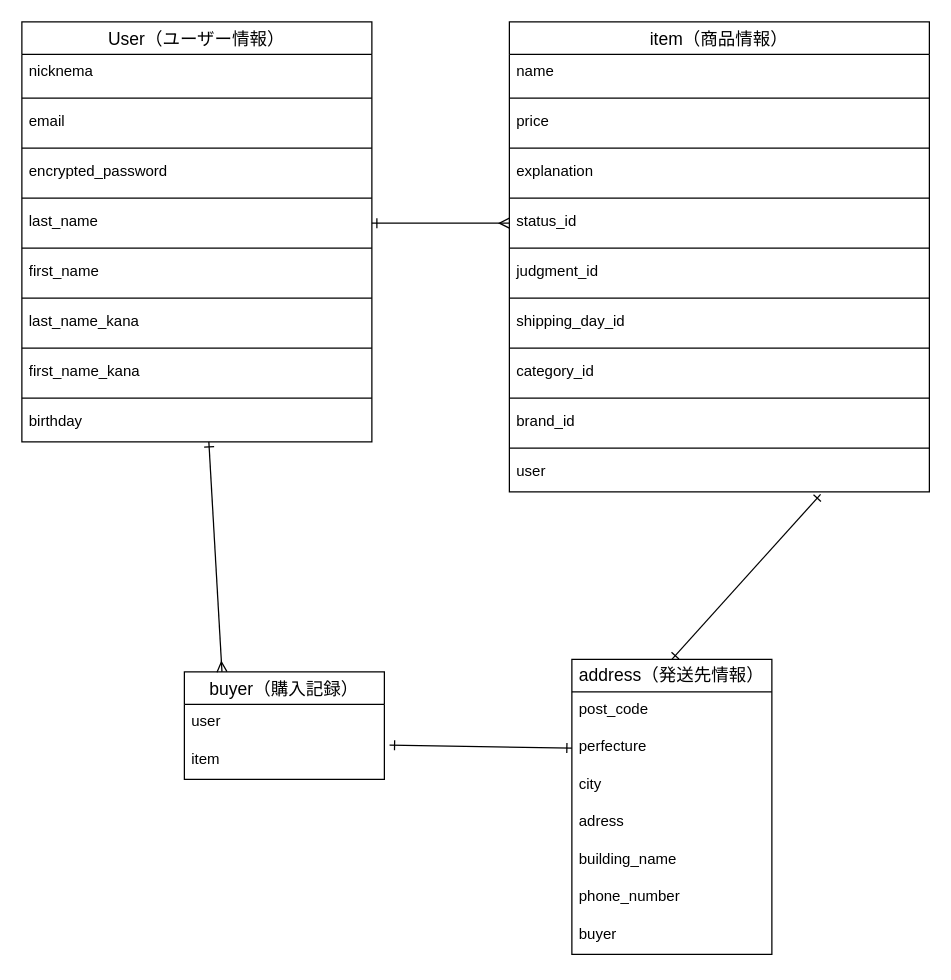
Before: furima.dio in nocchicken/furima-39852, a draw.io diagram. Source tidied: cells renumbered, new cells numbered last; positions are measured from the earlier drawing's top-left corner, leaving out a move shared by most shapes. Both pictures are drawn from the tidied source at 125%, with x=0, y=0 at pixel (21, 21).
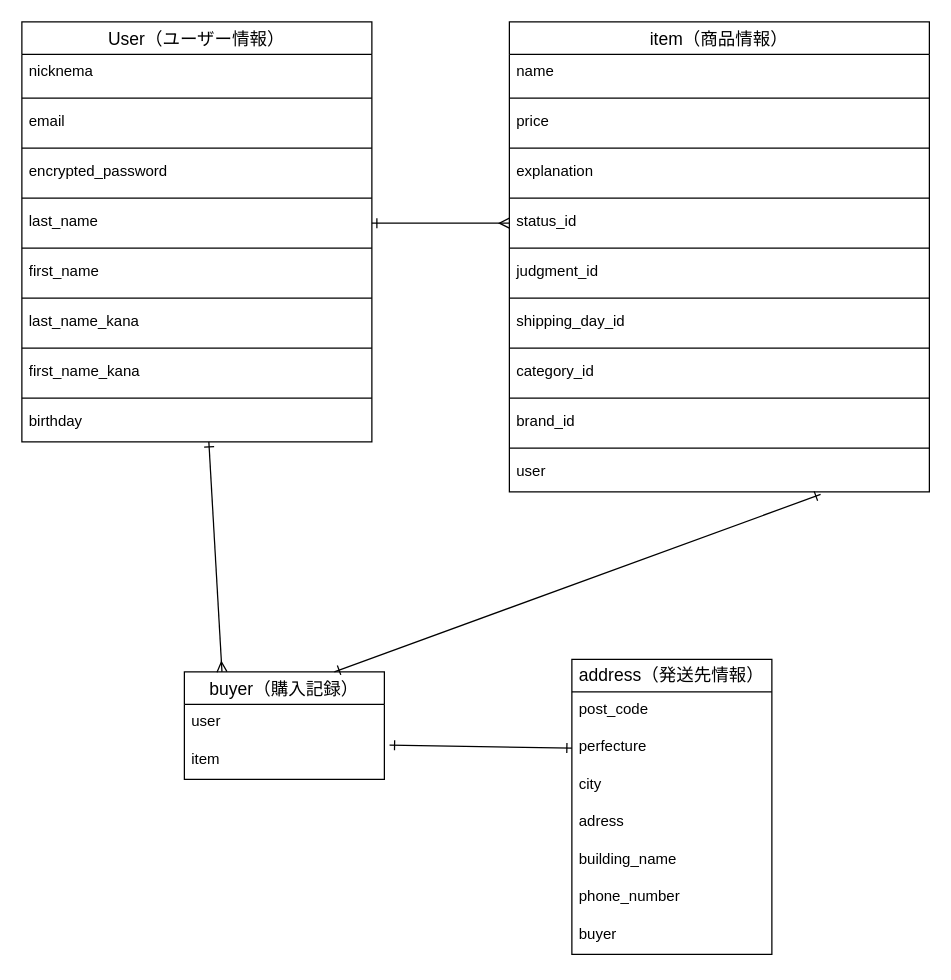
Above is the later version.

Commit message (it also covers changes not shown here):
データベース設計　レビュー後修正7

The change refers to these unchanged cells:
```xml
<mxCell id="35" value="user" style="text;strokeColor=none;fillColor=none;spacingLeft=4;spacingRight=4;overflow=hidden;points=[[0,0.5],[1,0.5]];portConstraint=eastwest;fontSize=12;" parent="18" vertex="1">
  <mxGeometry y="346" width="336" height="30" as="geometry" />
</mxCell>
<mxCell id="37" value="buyer（購入記録）" style="swimlane;fontStyle=0;horizontal=1;startSize=26;align=center;fontSize=14;" parent="1" vertex="1">
  <mxGeometry x="130" y="520" width="160" height="86" as="geometry" />
</mxCell>
<mxCell id="40" value="address（発送先情報）" style="swimlane;fontStyle=0;horizontal=1;startSize=26;align=center;fontSize=14;whiteSpace=wrap;" parent="1" vertex="1">
  <mxGeometry x="440" y="510" width="160" height="236" as="geometry" />
</mxCell>
```

What changed in the source:
```diff
@@
-    <mxCell id="48" style="fontSize=12;html=1;endArrow=ERone;startArrow=ERone;rounded=1;entryX=0.5;entryY=0;entryDx=0;entryDy=0;exitX=0.741;exitY=1.067;exitDx=0;exitDy=0;exitPerimeter=0;endFill=0;startFill=0;" parent="1" edge="1" source="35" target="40">
+    <mxCell id="48" style="fontSize=12;html=1;endArrow=ERone;startArrow=ERone;rounded=1;entryX=0.75;entryY=0;entryDx=0;entryDy=0;exitX=0.741;exitY=1.067;exitDx=0;exitDy=0;exitPerimeter=0;endFill=0;startFill=0;" parent="1" edge="1" source="35" target="37">
       <mxGeometry relative="1" as="geometry" />
     </mxCell>
```
